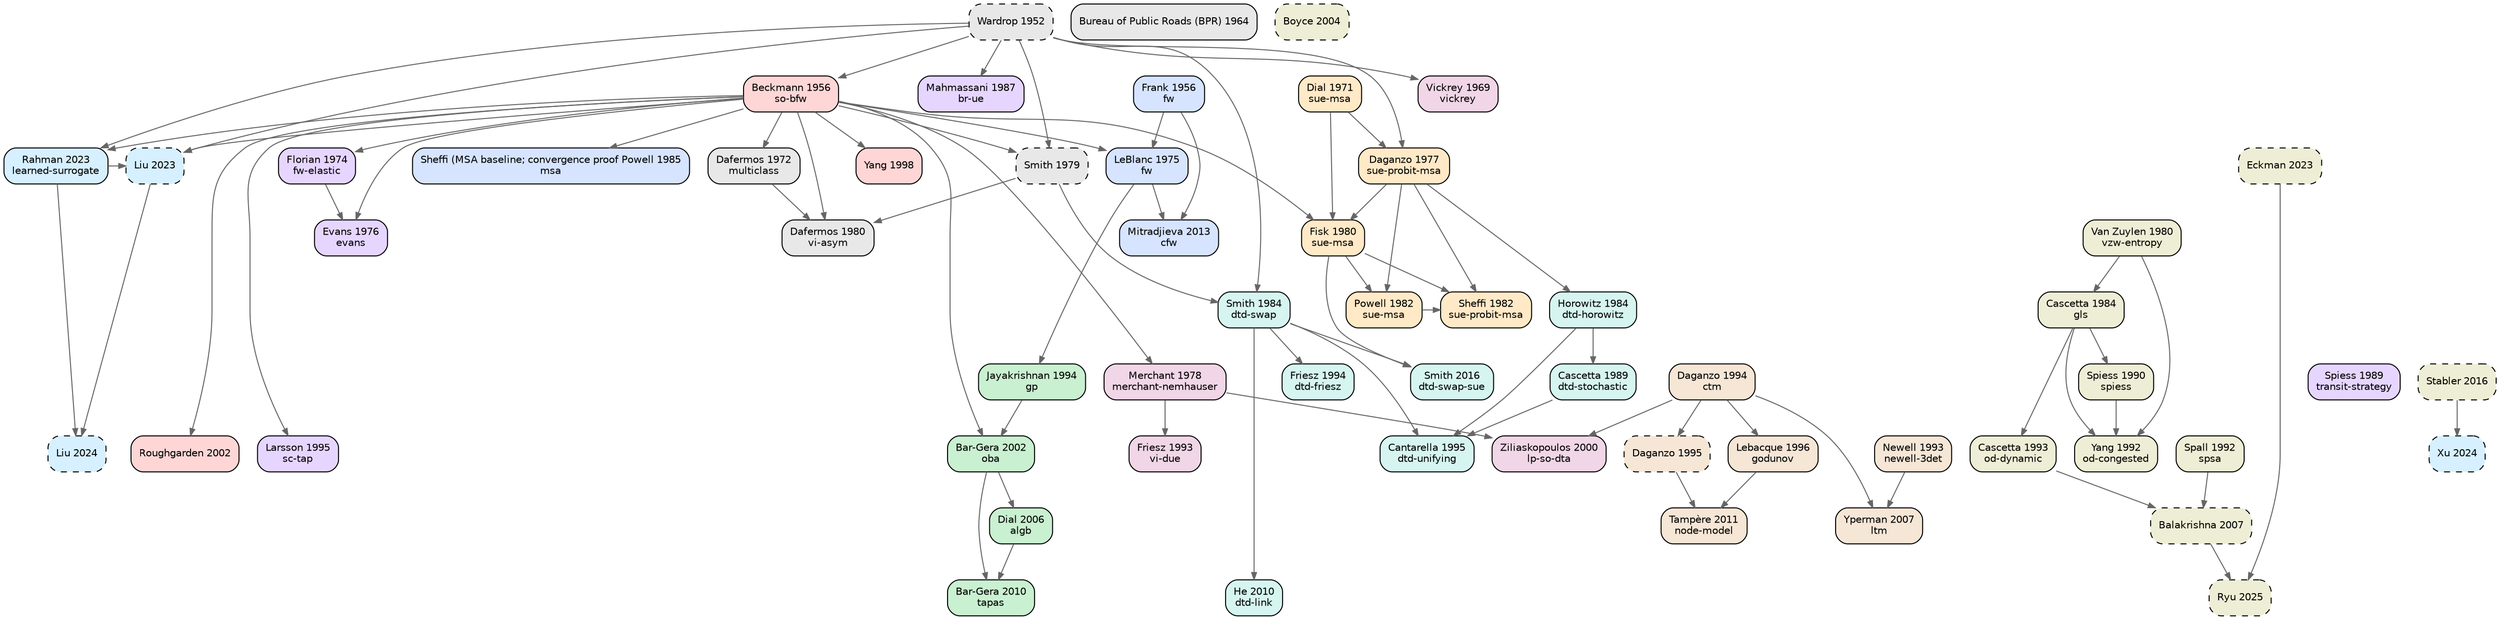
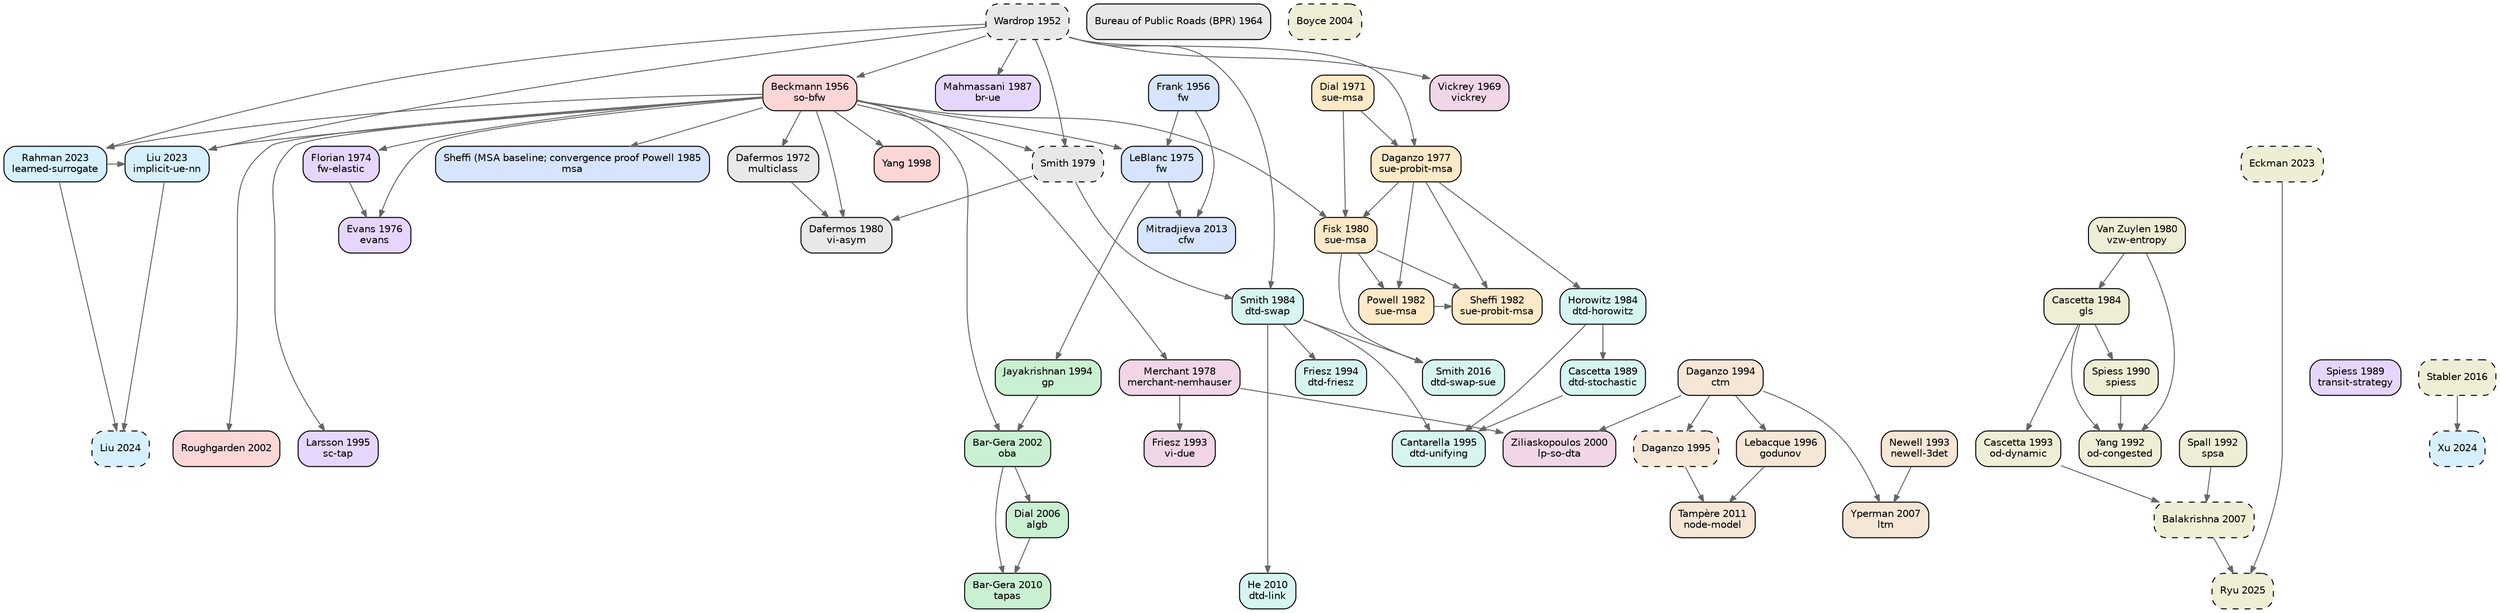
digraph TA_evolution {
  rankdir=TB; node [shape=box,style="rounded,filled",fontname="Helvetica",fontsize=10];
  edge [color="#666666",arrowsize=0.7];
  { rank=same; "wardrop1952some" }
  { rank=same; "frank1956algorithm" "beckmann1956studies" }
  { rank=same; "bpr1964traffic" }
  { rank=same; "vickrey1969congestion" }
  { rank=same; "dial1971probabilistic" }
  { rank=same; "dafermos1972traffic" }
  { rank=same; "florian1974method" }
  { rank=same; "leblanc1975efficient" }
  { rank=same; "evans1976derivation" }
  { rank=same; "daganzo1977stochastic" }
  { rank=same; "merchant1978model" }
  { rank=same; "smith1979existence" }
  { rank=same; "dafermos1980traffic" "fisk1980some" "vanzuylen1980most" }
  { rank=same; "powell1982convergence" "sheffi1982algorithm" }
  { rank=same; "horowitz1984stability" "smith1984stability" "cascetta1984estimation" }
  { rank=same; "sheffi1985urban" }
  { rank=same; "mahmassani1987on" }
  { rank=same; "spiess1989optimal" "cascetta1989stochastic" }
  { rank=same; "spiess1990gradient" }
  { rank=same; "spall1992multivariate" "yang1992estimation" }
  { rank=same; "newell1993simplified" "friesz1993variational" "cascetta1993dynamic" }
  { rank=same; "jayakrishnan1994faster" "friesz1994daytoday" "daganzo1994cell" }
  { rank=same; "larsson1995augmented" "cantarella1995dynamic" "daganzo1995cell" }
  { rank=same; "lebacque1996godunov" }
  { rank=same; "yang1998principle" }
  { rank=same; "ziliaskopoulos2000linear" }
  { rank=same; "bargera2002origin" "roughgarden2002how" }
  { rank=same; "boyce2004convergence" }
  { rank=same; "dial2006path" }
  { rank=same; "yperman2007link" "balakrishna2007offline" }
  { rank=same; "bargera2010traffic" "he2010linkbased" }
  { rank=same; "tampere2011generic" }
  { rank=same; "mitradjieva2013stiff" }
  { rank=same; "smith2016routeswapping" "stabler2016transportation" }
  { rank=same; "liu2023end" "rahman2023data" "eckman2023simopt" }
  { rank=same; "liu2024end" "xu2024unified" }
  { rank=same; "ryu2025bo4mob" }
  "wardrop1952some" [label="Wardrop 1952\n",fillcolor="#e8e8e8",style="rounded,filled,dashed"];
  "bpr1964traffic" [label="Bureau of Public Roads (BPR) 1964\n",fillcolor="#e8e8e8",style="rounded,filled"];
  "dafermos1972traffic" [label="Dafermos 1972\nmulticlass",fillcolor="#e8e8e8",style="rounded,filled"];
  "smith1979existence" [label="Smith 1979\n",fillcolor="#e8e8e8",style="rounded,filled,dashed"];
  "dafermos1980traffic" [label="Dafermos 1980\nvi-asym",fillcolor="#e8e8e8",style="rounded,filled"];
  "frank1956algorithm" [label="Frank 1956\nfw",fillcolor="#d6e4ff",style="rounded,filled"];
  "leblanc1975efficient" [label="LeBlanc 1975\nfw",fillcolor="#d6e4ff",style="rounded,filled"];
  "sheffi1985urban" [label="Sheffi (MSA baseline; convergence proof Powell 1985\nmsa",fillcolor="#d6e4ff",style="rounded,filled"];
  "mitradjieva2013stiff" [label="Mitradjieva 2013\ncfw",fillcolor="#d6e4ff",style="rounded,filled"];
  "jayakrishnan1994faster" [label="Jayakrishnan 1994\ngp",fillcolor="#c9f0d0",style="rounded,filled"];
  "bargera2002origin" [label="Bar-Gera 2002\noba",fillcolor="#c9f0d0",style="rounded,filled"];
  "dial2006path" [label="Dial 2006\nalgb",fillcolor="#c9f0d0",style="rounded,filled"];
  "bargera2010traffic" [label="Bar-Gera 2010\ntapas",fillcolor="#c9f0d0",style="rounded,filled"];
  "dial1971probabilistic" [label="Dial 1971\nsue-msa",fillcolor="#ffe9c7",style="rounded,filled"];
  "daganzo1977stochastic" [label="Daganzo 1977\nsue-probit-msa",fillcolor="#ffe9c7",style="rounded,filled"];
  "fisk1980some" [label="Fisk 1980\nsue-msa",fillcolor="#ffe9c7",style="rounded,filled"];
  "powell1982convergence" [label="Powell 1982\nsue-msa",fillcolor="#ffe9c7",style="rounded,filled"];
  "sheffi1982algorithm" [label="Sheffi 1982\nsue-probit-msa",fillcolor="#ffe9c7",style="rounded,filled"];
  "beckmann1956studies" [label="Beckmann 1956\nso-bfw",fillcolor="#ffd6d6",style="rounded,filled"];
  "yang1998principle" [label="Yang 1998\n",fillcolor="#ffd6d6",style="rounded,filled"];
  "roughgarden2002how" [label="Roughgarden 2002\n",fillcolor="#ffd6d6",style="rounded,filled"];
  "florian1974method" [label="Florian 1974\nfw-elastic",fillcolor="#e6d6ff",style="rounded,filled"];
  "evans1976derivation" [label="Evans 1976\nevans",fillcolor="#e6d6ff",style="rounded,filled"];
  "mahmassani1987on" [label="Mahmassani 1987\nbr-ue",fillcolor="#e6d6ff",style="rounded,filled"];
  "spiess1989optimal" [label="Spiess 1989\ntransit-strategy",fillcolor="#e6d6ff",style="rounded,filled"];
  "larsson1995augmented" [label="Larsson 1995\nsc-tap",fillcolor="#e6d6ff",style="rounded,filled"];
  "horowitz1984stability" [label="Horowitz 1984\ndtd-horowitz",fillcolor="#d6f5f0",style="rounded,filled"];
  "smith1984stability" [label="Smith 1984\ndtd-swap",fillcolor="#d6f5f0",style="rounded,filled"];
  "cascetta1989stochastic" [label="Cascetta 1989\ndtd-stochastic",fillcolor="#d6f5f0",style="rounded,filled"];
  "friesz1994daytoday" [label="Friesz 1994\ndtd-friesz",fillcolor="#d6f5f0",style="rounded,filled"];
  "cantarella1995dynamic" [label="Cantarella 1995\ndtd-unifying",fillcolor="#d6f5f0",style="rounded,filled"];
  "he2010linkbased" [label="He 2010\ndtd-link",fillcolor="#d6f5f0",style="rounded,filled"];
  "smith2016routeswapping" [label="Smith 2016\ndtd-swap-sue",fillcolor="#d6f5f0",style="rounded,filled"];
  "newell1993simplified" [label="Newell 1993\nnewell-3det",fillcolor="#f5e6d6",style="rounded,filled"];
  "daganzo1994cell" [label="Daganzo 1994\nctm",fillcolor="#f5e6d6",style="rounded,filled"];
  "daganzo1995cell" [label="Daganzo 1995\n",fillcolor="#f5e6d6",style="rounded,filled,dashed"];
  "lebacque1996godunov" [label="Lebacque 1996\ngodunov",fillcolor="#f5e6d6",style="rounded,filled"];
  "yperman2007link" [label="Yperman 2007\nltm",fillcolor="#f5e6d6",style="rounded,filled"];
  "tampere2011generic" [label="Tampère 2011\nnode-model",fillcolor="#f5e6d6",style="rounded,filled"];
  "vickrey1969congestion" [label="Vickrey 1969\nvickrey",fillcolor="#f0d6e6",style="rounded,filled"];
  "merchant1978model" [label="Merchant 1978\nmerchant-nemhauser",fillcolor="#f0d6e6",style="rounded,filled"];
  "friesz1993variational" [label="Friesz 1993\nvi-due",fillcolor="#f0d6e6",style="rounded,filled"];
  "ziliaskopoulos2000linear" [label="Ziliaskopoulos 2000\nlp-so-dta",fillcolor="#f0d6e6",style="rounded,filled"];
-   "liu2023end" [label="Liu 2023\n",fillcolor="#d6f0ff",style="rounded,filled,dashed"];
+   "liu2023end" [label="Liu 2023\nimplicit-ue-nn",fillcolor="#d6f0ff",style="rounded,filled"];
  "rahman2023data" [label="Rahman 2023\nlearned-surrogate",fillcolor="#d6f0ff",style="rounded,filled"];
  "liu2024end" [label="Liu 2024\n",fillcolor="#d6f0ff",style="rounded,filled,dashed"];
  "xu2024unified" [label="Xu 2024\n",fillcolor="#d6f0ff",style="rounded,filled,dashed"];
  "vanzuylen1980most" [label="Van Zuylen 1980\nvzw-entropy",fillcolor="#eeeed6",style="rounded,filled"];
  "cascetta1984estimation" [label="Cascetta 1984\ngls",fillcolor="#eeeed6",style="rounded,filled"];
  "spiess1990gradient" [label="Spiess 1990\nspiess",fillcolor="#eeeed6",style="rounded,filled"];
  "spall1992multivariate" [label="Spall 1992\nspsa",fillcolor="#eeeed6",style="rounded,filled"];
  "yang1992estimation" [label="Yang 1992\nod-congested",fillcolor="#eeeed6",style="rounded,filled"];
  "cascetta1993dynamic" [label="Cascetta 1993\nod-dynamic",fillcolor="#eeeed6",style="rounded,filled"];
  "boyce2004convergence" [label="Boyce 2004\n",fillcolor="#eeeed6",style="rounded,filled,dashed"];
  "balakrishna2007offline" [label="Balakrishna 2007\n",fillcolor="#eeeed6",style="rounded,filled,dashed"];
  "stabler2016transportation" [label="Stabler 2016\n",fillcolor="#eeeed6",style="rounded,filled,dashed"];
  "eckman2023simopt" [label="Eckman 2023\n",fillcolor="#eeeed6",style="rounded,filled,dashed"];
  "ryu2025bo4mob" [label="Ryu 2025\n",fillcolor="#eeeed6",style="rounded,filled,dashed"];
  "beckmann1956studies" -> "dafermos1972traffic";
  "wardrop1952some" -> "smith1979existence";
  "beckmann1956studies" -> "smith1979existence";
  "smith1979existence" -> "dafermos1980traffic";
  "beckmann1956studies" -> "dafermos1980traffic";
  "dafermos1972traffic" -> "dafermos1980traffic";
  "frank1956algorithm" -> "leblanc1975efficient";
  "beckmann1956studies" -> "leblanc1975efficient";
  "beckmann1956studies" -> "sheffi1985urban";
  "leblanc1975efficient" -> "mitradjieva2013stiff";
  "frank1956algorithm" -> "mitradjieva2013stiff";
  "leblanc1975efficient" -> "jayakrishnan1994faster";
  "jayakrishnan1994faster" -> "bargera2002origin";
  "beckmann1956studies" -> "bargera2002origin";
  "bargera2002origin" -> "dial2006path";
  "dial2006path" -> "bargera2010traffic";
  "bargera2002origin" -> "bargera2010traffic";
  "dial1971probabilistic" -> "daganzo1977stochastic";
  "wardrop1952some" -> "daganzo1977stochastic";
  "daganzo1977stochastic" -> "fisk1980some";
  "dial1971probabilistic" -> "fisk1980some";
  "beckmann1956studies" -> "fisk1980some";
  "fisk1980some" -> "powell1982convergence";
  "daganzo1977stochastic" -> "powell1982convergence";
  "daganzo1977stochastic" -> "sheffi1982algorithm";
  "powell1982convergence" -> "sheffi1982algorithm";
  "fisk1980some" -> "sheffi1982algorithm";
  "wardrop1952some" -> "beckmann1956studies";
  "beckmann1956studies" -> "yang1998principle";
  "beckmann1956studies" -> "roughgarden2002how";
  "beckmann1956studies" -> "florian1974method";
  "beckmann1956studies" -> "evans1976derivation";
  "florian1974method" -> "evans1976derivation";
  "wardrop1952some" -> "mahmassani1987on";
  "beckmann1956studies" -> "larsson1995augmented";
  "daganzo1977stochastic" -> "horowitz1984stability";
  "smith1979existence" -> "smith1984stability";
  "wardrop1952some" -> "smith1984stability";
  "horowitz1984stability" -> "cascetta1989stochastic";
  "smith1984stability" -> "friesz1994daytoday";
  "cascetta1989stochastic" -> "cantarella1995dynamic";
  "smith1984stability" -> "cantarella1995dynamic";
  "horowitz1984stability" -> "cantarella1995dynamic";
  "smith1984stability" -> "he2010linkbased";
  "smith1984stability" -> "smith2016routeswapping";
  "fisk1980some" -> "smith2016routeswapping";
  "daganzo1994cell" -> "daganzo1995cell";
  "daganzo1994cell" -> "lebacque1996godunov";
  "newell1993simplified" -> "yperman2007link";
  "daganzo1994cell" -> "yperman2007link";
  "daganzo1995cell" -> "tampere2011generic";
  "lebacque1996godunov" -> "tampere2011generic";
  "wardrop1952some" -> "vickrey1969congestion";
  "beckmann1956studies" -> "merchant1978model";
  "merchant1978model" -> "friesz1993variational";
  "merchant1978model" -> "ziliaskopoulos2000linear";
  "daganzo1994cell" -> "ziliaskopoulos2000linear";
  "rahman2023data" -> "liu2023end";
  "beckmann1956studies" -> "liu2023end";
  "wardrop1952some" -> "liu2023end";
  "wardrop1952some" -> "rahman2023data";
  "beckmann1956studies" -> "rahman2023data";
  "rahman2023data" -> "liu2024end";
  "liu2023end" -> "liu2024end";
  "stabler2016transportation" -> "xu2024unified";
  "vanzuylen1980most" -> "cascetta1984estimation";
  "cascetta1984estimation" -> "spiess1990gradient";
  "cascetta1984estimation" -> "yang1992estimation";
  "spiess1990gradient" -> "yang1992estimation";
  "vanzuylen1980most" -> "yang1992estimation";
  "cascetta1984estimation" -> "cascetta1993dynamic";
  "spall1992multivariate" -> "balakrishna2007offline";
  "cascetta1993dynamic" -> "balakrishna2007offline";
  "eckman2023simopt" -> "ryu2025bo4mob";
  "balakrishna2007offline" -> "ryu2025bo4mob";
}
